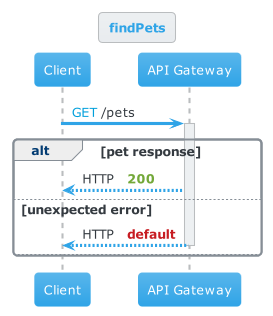
Earlier version of the PlantUML export getPets-cerulean.png (bschwarz/omskep).
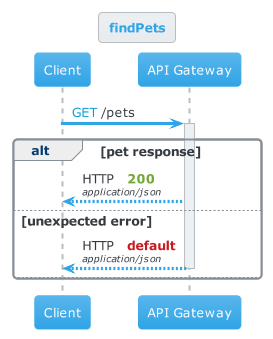
The same file after the commit.

Commit message:
new images based off of media type being shown in diagram

What changed in the source:
```diff
@@ -276,9 +276,9 @@
 C->G: <color #009fdb>GET</color> /pets
 activate G
 alt pet response
-G-->C: HTTP   <font color=#73A839><b>200
+G-->C: HTTP   <font color=#73A839><b>200\n<i><size:9>application/json
 else unexpected error
-G-->C: HTTP   <font color=#C71C22><b>default
+G-->C: HTTP   <font color=#C71C22><b>default\n<i><size:9>application/json
 else
 deactivate G
 end
```
